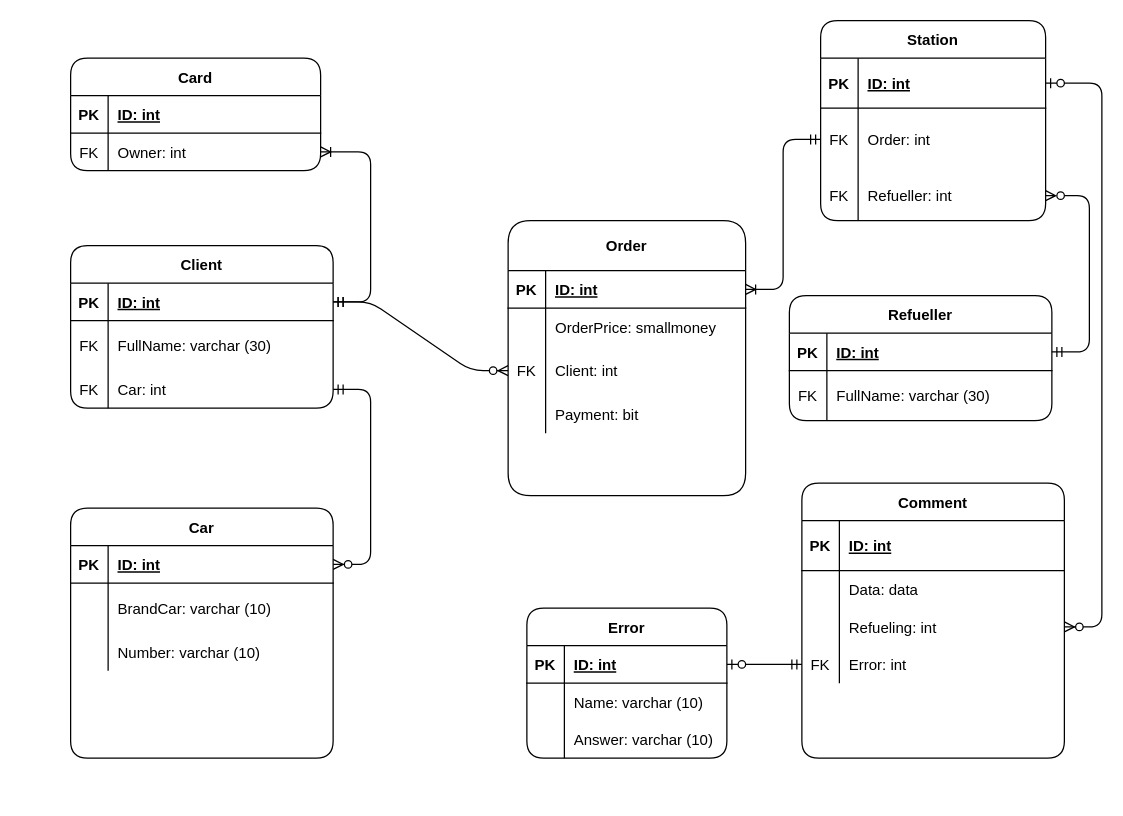
This is page "Physical" (2 of 2) of Diagrams/ERD.drawio from aleksey899/gas-station, a draw.io file, before an edit. Source tidied: cells renumbered, new cells numbered last; positions are measured from the earlier drawing's top-left corner, leaving out a move shared by most shapes. Both pictures are drawn from the tidied source at 125%, with x=0, y=0 at pixel (70, 20).
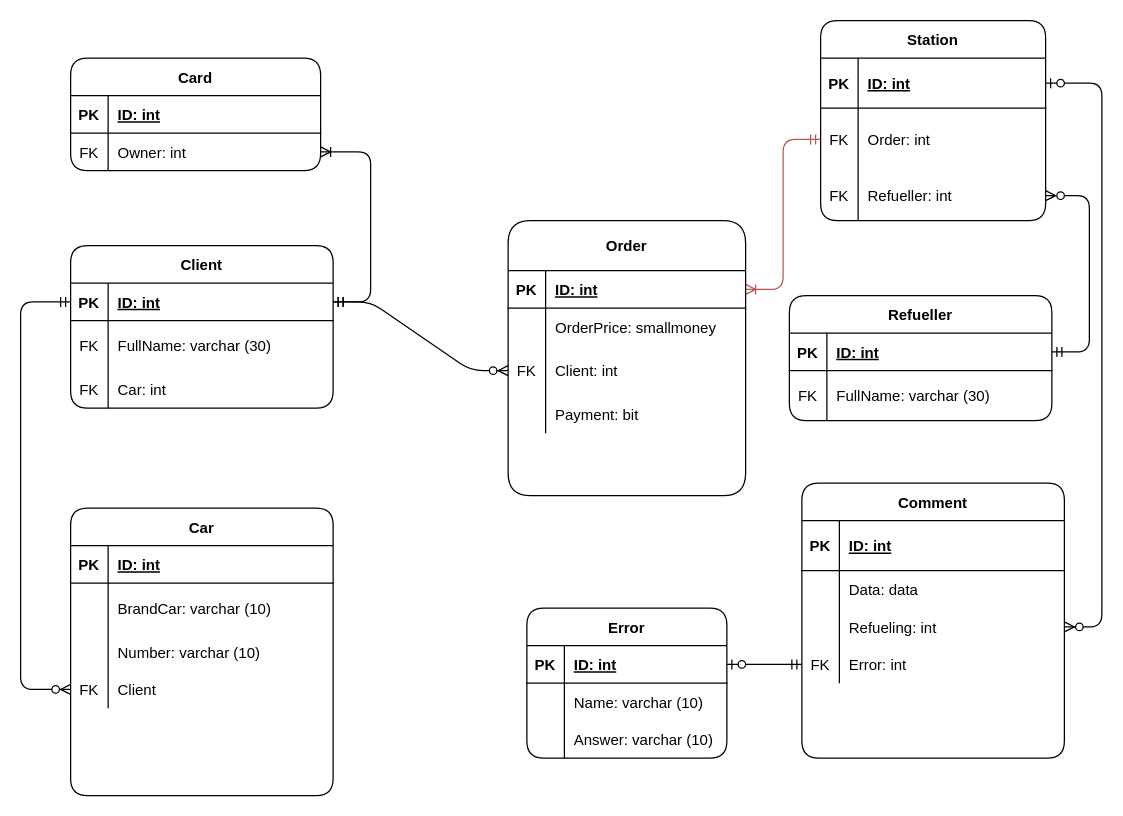
After the change.

Unchanged cells that the change refers to:
```xml
<mxCell id="7" style="shape=partialRectangle;fillColor=none;points=[[0,0.5],[1,0.5]];portConstraint=eastwest;top=0;left=0;right=0;bottom=0;" parent="3" vertex="1">
  <mxGeometry y="70" width="180" height="50" as="geometry" />
</mxCell>
<mxCell id="24" style="shape=partialRectangle;fillColor=none;points=[[0,0.5],[1,0.5]];portConstraint=eastwest;top=0;left=0;right=0;bottom=1;" parent="23" vertex="1">
  <mxGeometry y="40" width="190" height="30" as="geometry" />
</mxCell>
<mxCell id="30" style="shape=partialRectangle;fillColor=none;top=0;left=0;bottom=0;right=0;points=[[0,0.5],[1,0.5]];portConstraint=eastwest;" parent="23" vertex="1">
  <mxGeometry y="100" width="190" height="40" as="geometry" />
</mxCell>
<mxCell id="57" style="shape=partialRectangle;fillColor=none;points=[[0,0.5],[1,0.5]];portConstraint=eastwest;top=0;left=0;right=0;bottom=1;" parent="56" vertex="1">
  <mxGeometry y="30" width="210" height="30" as="geometry" />
</mxCell>
<mxCell id="63" style="shape=partialRectangle;fillColor=none;points=[[0,0.5],[1,0.5]];portConstraint=eastwest;top=0;left=0;right=0;bottom=0;" parent="56" vertex="1">
  <mxGeometry y="100" width="210" height="30" as="geometry" />
</mxCell>
<mxCell id="67" style="shape=partialRectangle;fillColor=none;points=[[0,0.5],[1,0.5]];portConstraint=eastwest;top=0;left=0;right=0;bottom=1;" parent="66" vertex="1">
  <mxGeometry y="30" width="210" height="30" as="geometry" />
</mxCell>
```

Diff of the diagram source:
```diff
@@
-    <mxCell id="2" style="edgeStyle=entityRelationEdgeStyle;endArrow=ERmandOne;startArrow=ERoneToMany;endFill=0;startFill=0;fillColor=#f8cecc;" parent="1" edge="1" source="24" target="7">
+    <mxCell id="2" style="edgeStyle=entityRelationEdgeStyle;endArrow=ERmandOne;startArrow=ERoneToMany;endFill=0;startFill=0;fillColor=#f8cecc;strokeColor=#b85450;" parent="1" edge="1" source="24" target="7">
       <mxGeometry relative="1" as="geometry" />
     </mxCell>
@@
     <mxCell id="66" value="Car" style="shape=table;startSize=30;childLayout=tableLayout;rowLines=0;fontStyle=1;align=center;rounded=1;" parent="1" vertex="1">
-      <mxGeometry y="390" width="210" height="200" as="geometry" />
+      <mxGeometry y="390" width="210" height="230" as="geometry" />
     </mxCell>
@@
+    <mxCell id="89" style="shape=partialRectangle;fillColor=none;top=0;left=0;bottom=0;right=0;points=[[0,0.5],[1,0.5]];portConstraint=eastwest;" parent="66" vertex="1">
+      <mxGeometry y="130" width="210" height="30" as="geometry" />
+    </mxCell>
+    <mxCell id="90" value="FK" style="shape=partialRectangle;fillColor=none;top=0;left=0;bottom=0;right=0;overflow=hidden;" parent="89" vertex="1">
+      <mxGeometry width="30" height="30" as="geometry" />
+    </mxCell>
+    <mxCell id="91" value="Client" style="shape=partialRectangle;fillColor=none;top=0;left=0;bottom=0;right=0;align=left;spacingLeft=6;overflow=hidden;" parent="89" vertex="1">
+      <mxGeometry x="30" width="180" height="30" as="geometry" />
+    </mxCell>
@@
-    <mxCell id="87" style="edgeStyle=entityRelationEdgeStyle;fontSize=12;html=1;endArrow=ERzeroToMany;endFill=1;startArrow=ERmandOne;startFill=0;fillColor=#f8cecc;" parent="1" edge="1" source="57" target="30">
+    <mxCell id="87" style="edgeStyle=entityRelationEdgeStyle;fontSize=12;html=1;endArrow=ERzeroToMany;endFill=1;startArrow=ERmandOne;startFill=0;" parent="1" edge="1" source="57" target="30">
       <mxGeometry relative="1" as="geometry" />
     </mxCell>
-    <mxCell id="88" style="edgeStyle=entityRelationEdgeStyle;fontSize=12;html=1;endArrow=ERzeroToMany;startArrow=ERmandOne;endFill=1;startFill=0;" parent="1" edge="1" source="63" target="67">
-      <mxGeometry relative="1" as="geometry" />
+    <mxCell id="88" style="edgeStyle=orthogonalEdgeStyle;fontSize=12;html=1;endArrow=ERzeroToMany;startArrow=ERmandOne;endFill=1;startFill=0;exitX=0;exitY=0.5;exitDx=0;exitDy=0;entryX=0;entryY=0.5;entryDx=0;entryDy=0;" parent="1" edge="1" source="57" target="89">
+      <mxGeometry relative="1" as="geometry">
+        <Array as="points">
+          <mxPoint x="-40" y="225" />
+          <mxPoint x="-40" y="535" />
+        </Array>
+      </mxGeometry>
     </mxCell>
```
